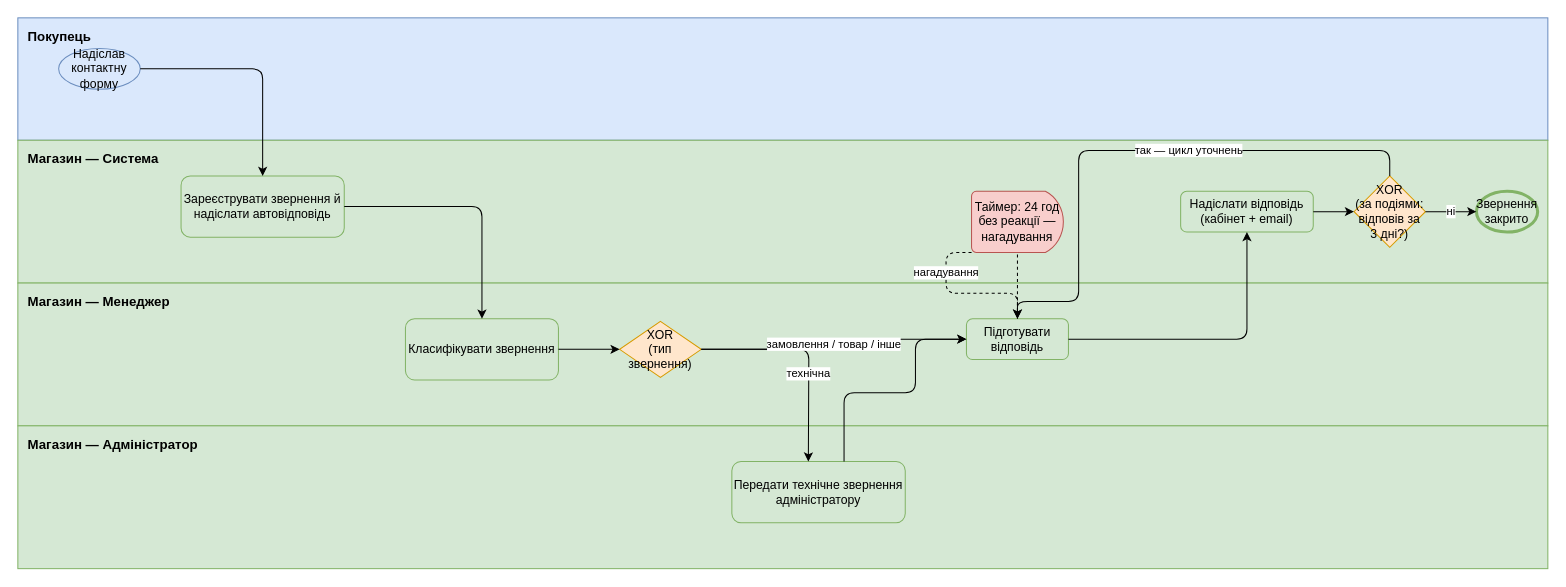
Earlier version of the draw.io diagram docs/sprint1/bpmn/03_contact-request.drawio (oleksandragorbonos-maker/tzap). Source tidied: cells renumbered, new cells numbered last; positions are measured from the earlier drawing's top-left corner, leaving out a move shared by most shapes. Both pictures are drawn from the tidied source at 102%, with x=0, y=0 at pixel (17, 17).
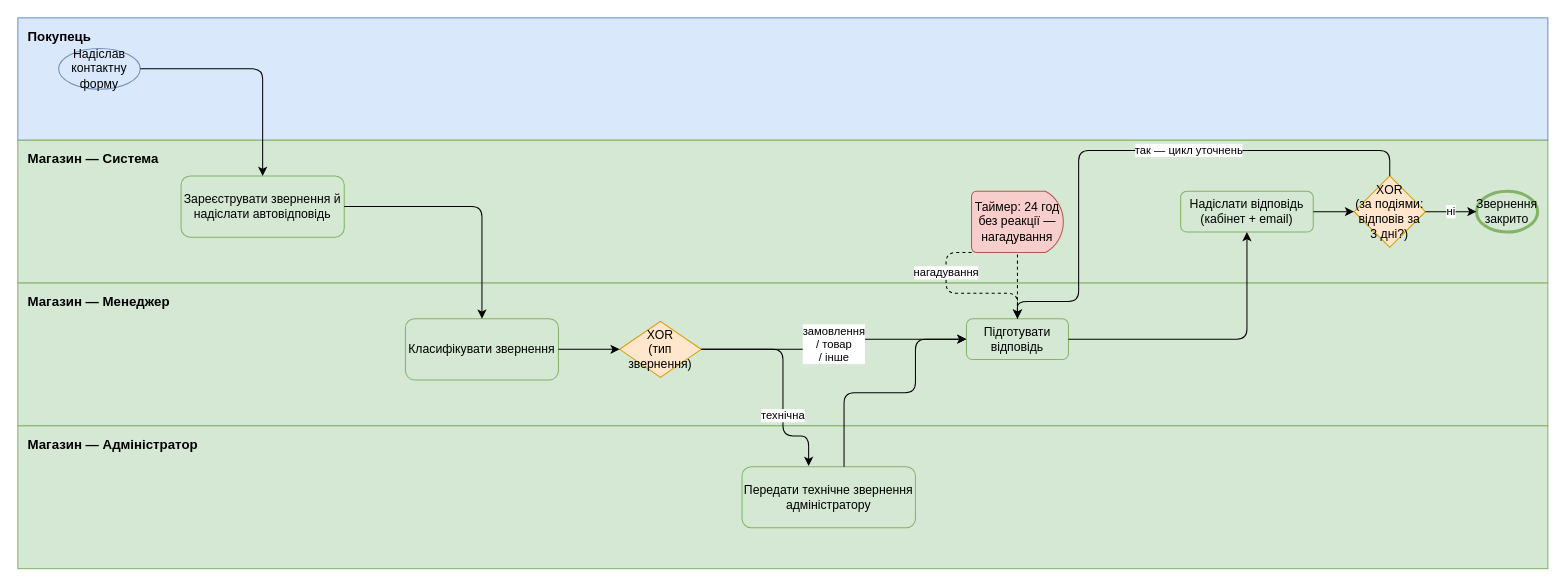
After the change.

The change refers to these unchanged cells:
```xml
<mxCell id="9" value="XOR&#10;(тип звернення)" style="rhombus;whiteSpace=wrap;html=1;fillColor=#ffe6cc;strokeColor=#d79b00;" parent="1" vertex="1">
  <mxGeometry x="590" y="297.5" width="80" height="55" as="geometry" />
</mxCell>
<mxCell id="11" value="Підготувати відповідь" style="rounded=1;whiteSpace=wrap;html=1;fillColor=#d5e8d4;strokeColor=#82b366;" parent="1" vertex="1">
  <mxGeometry x="930" y="295" width="100" height="40" as="geometry" />
</mxCell>
```

The edit, as a diff of the source:
```diff
@@
     <mxCell id="10" value="Передати технічне звернення адміністратору" style="rounded=1;whiteSpace=wrap;html=1;fillColor=#d5e8d4;strokeColor=#82b366;" parent="1" vertex="1">
-      <mxGeometry x="700" y="435" width="170" height="60" as="geometry" />
+      <mxGeometry x="710" y="440" width="170" height="60" as="geometry" />
     </mxCell>
@@
-    <mxCell id="19" value="технічна" style="edgeStyle=orthogonalEdgeStyle;html=1;exitX=1;exitY=0.5;exitDx=0;exitDy=0;" parent="1" edge="1" source="9">
-      <mxGeometry x="0.21" relative="1" as="geometry">
-        <mxPoint x="775" y="435" as="targetPoint" />
+    <mxCell id="19" value="технічна" style="edgeStyle=orthogonalEdgeStyle;html=1;exitX=1;exitY=0.5;exitDx=0;exitDy=0;entryX=0.384;entryY=-0.011;entryDx=0;entryDy=0;entryPerimeter=0;" parent="1" edge="1" source="9" target="10">
+      <mxGeometry x="0.32" relative="1" as="geometry">
+        <Array as="points">
+          <mxPoint x="750.1" y="325.1" />
+          <mxPoint x="750.1" y="410" />
+          <mxPoint x="775.3" y="410" />
+        </Array>
       </mxGeometry>
     </mxCell>
-    <mxCell id="20" value="замовлення / товар / інше" style="edgeStyle=orthogonalEdgeStyle;html=1;" parent="1" edge="1" source="9" target="11">
+    <mxCell id="20" value="замовлення&lt;div&gt;&amp;nbsp;/ товар&amp;nbsp;&lt;/div&gt;&lt;div&gt;/ інше&lt;/div&gt;" style="edgeStyle=orthogonalEdgeStyle;html=1;" parent="1" edge="1" source="9" target="11">
       <mxGeometry relative="1" as="geometry" />
     </mxCell>
```
